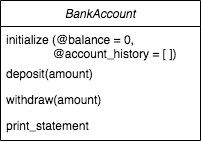
Above: images/class_diagram.png in Dhara-95/bank_tech_test (draw.io), before the change. Source tidied: cells renumbered, new cells last; positions are measured from the earlier drawing's top-left corner, leaving out a move shared by most shapes.
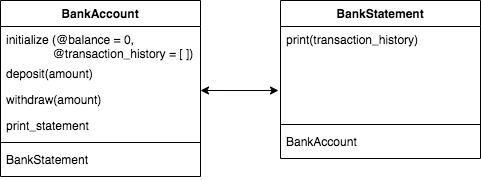
After the change.

Commit message:
Update README with amended class diagram and add in approach

Diff of the diagram source:
```diff
@@ -2,20 +2,43 @@
   <root>
     <mxCell id="0" />
     <mxCell id="1" parent="0" />
-    <mxCell id="2" value="BankAccount" style="swimlane;fontStyle=2;align=center;verticalAlign=top;horizontal=1;startSize=26;rounded=0;shadow=0;strokeWidth=1;" parent="1" vertex="1">
-      <mxGeometry width="200" height="140" as="geometry" />
+    <mxCell id="2" value="BankAccount" style="swimlane;fontStyle=1;align=center;verticalAlign=top;horizontal=1;startSize=26;rounded=0;shadow=0;strokeWidth=1;" parent="1" vertex="1">
+      <mxGeometry width="200" height="176" as="geometry" />
     </mxCell>
-    <mxCell id="3" value="initialize (@balance = 0, &#10;              @account_history = [ ])&#10;&#10;" style="text;align=left;verticalAlign=top;spacingLeft=4;spacingRight=4;overflow=hidden;rounded=0;shadow=0;html=0;" parent="2" vertex="1">
+    <mxCell id="3" value="initialize (@balance = 0, &#10;              @transaction_history = [ ])&#10;&#10;" style="text;align=left;verticalAlign=top;spacingLeft=4;spacingRight=4;overflow=hidden;rounded=0;shadow=0;html=0;" parent="2" vertex="1">
       <mxGeometry y="26" width="200" height="34" as="geometry" />
     </mxCell>
     <mxCell id="4" value="deposit(amount)" style="text;align=left;verticalAlign=top;spacingLeft=4;spacingRight=4;overflow=hidden;" parent="2" vertex="1">
       <mxGeometry y="60" width="200" height="26" as="geometry" />
     </mxCell>
-    <mxCell id="5" value="withdraw(amount)&#10;&#10;prin" style="text;align=left;verticalAlign=top;spacingLeft=4;spacingRight=4;overflow=hidden;rounded=0;shadow=0;html=0;" parent="2" vertex="1">
+    <mxCell id="5" value="withdraw(amount)" style="text;align=left;verticalAlign=top;spacingLeft=4;spacingRight=4;overflow=hidden;rounded=0;shadow=0;html=0;" parent="2" vertex="1">
       <mxGeometry y="86" width="200" height="26" as="geometry" />
     </mxCell>
     <mxCell id="6" value="print_statement" style="text;align=left;verticalAlign=top;spacingLeft=4;spacingRight=4;overflow=hidden;rounded=0;shadow=0;html=0;" parent="2" vertex="1">
       <mxGeometry y="112" width="200" height="26" as="geometry" />
     </mxCell>
+    <mxCell id="7" style="line;strokeWidth=1;fillColor=none;align=left;verticalAlign=middle;spacingTop=-1;spacingLeft=3;spacingRight=3;labelPosition=right;" parent="2" vertex="1">
+      <mxGeometry y="138" width="200" height="8" as="geometry" />
+    </mxCell>
+    <mxCell id="8" value="BankStatement" style="text;strokeColor=none;fillColor=none;align=left;verticalAlign=top;spacingLeft=4;spacingRight=4;overflow=hidden;" parent="2" vertex="1">
+      <mxGeometry y="146" width="200" height="30" as="geometry" />
+    </mxCell>
+    <mxCell id="9" value="BankStatement" style="swimlane;fontStyle=1;align=center;verticalAlign=top;horizontal=1;startSize=26;" parent="1" vertex="1">
+      <mxGeometry x="280" width="200" height="158" as="geometry" />
+    </mxCell>
+    <mxCell id="10" value="print(transaction_history)" style="text;strokeColor=none;fillColor=none;align=left;verticalAlign=top;spacingLeft=4;spacingRight=4;overflow=hidden;points=[[0,0.5],[1,0.5]];portConstraint=eastwest;" parent="9" vertex="1">
+      <mxGeometry y="26" width="200" height="94" as="geometry" />
+    </mxCell>
+    <mxCell id="11" style="line;strokeWidth=1;fillColor=none;align=left;verticalAlign=middle;spacingTop=-1;spacingLeft=3;spacingRight=3;labelPosition=right;" parent="9" vertex="1">
+      <mxGeometry y="120" width="200" height="8" as="geometry" />
+    </mxCell>
+    <mxCell id="12" value="BankAccount" style="text;strokeColor=none;fillColor=none;align=left;verticalAlign=top;spacingLeft=4;spacingRight=4;overflow=hidden;" parent="9" vertex="1">
+      <mxGeometry y="128" width="200" height="30" as="geometry" />
+    </mxCell>
+    <mxCell id="13" style="endArrow=classic;startArrow=classic;html=1;entryX=-0.01;entryY=0.681;entryDx=0;entryDy=0;entryPerimeter=0;" parent="1" edge="1" target="10">
+      <mxGeometry relative="1" as="geometry">
+        <mxPoint x="200" y="90" as="sourcePoint" />
+      </mxGeometry>
+    </mxCell>
   </root>
 </mxGraphModel>
```
